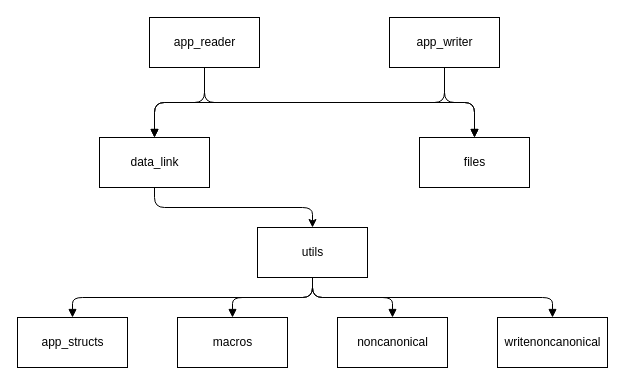
Before: tp04/docs/Strcuture.drawio in goncaloacteixeira/feup-rcom, a draw.io diagram. Source tidied: cells renumbered, new cells numbered last; positions are measured from the earlier drawing's top-left corner, leaving out a move shared by most shapes. Both pictures are drawn from the tidied source at 100%, with x=0, y=0 at pixel (17, 17).
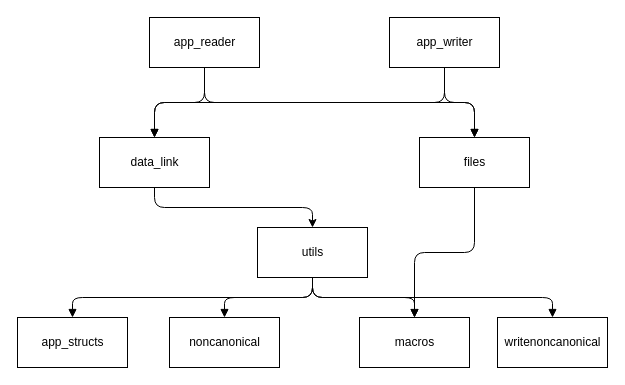
After the change.

The change refers to these unchanged cells:
```xml
<mxCell id="15" value="files" style="html=1;" parent="1" vertex="1">
  <mxGeometry x="402" y="120" width="110" height="50" as="geometry" />
</mxCell>
```

Diff of the diagram source:
```diff
@@
     <mxCell id="8" value="macros" style="html=1;" parent="1" vertex="1">
-      <mxGeometry x="160" y="300" width="110" height="50" as="geometry" />
+      <mxGeometry x="342" y="300" width="110" height="50" as="geometry" />
     </mxCell>
     <mxCell id="9" value="noncanonical" style="html=1;" parent="1" vertex="1">
-      <mxGeometry x="320" y="300" width="110" height="50" as="geometry" />
+      <mxGeometry x="152" y="300" width="110" height="50" as="geometry" />
     </mxCell>
@@
+    <mxCell id="20" style="endArrow=none;html=1;entryX=0.5;entryY=1;entryDx=0;entryDy=0;exitX=0.5;exitY=0;exitDx=0;exitDy=0;edgeStyle=orthogonalEdgeStyle;startArrow=classic;startFill=1;endFill=0;" parent="1" edge="1" source="8" target="15">
+      <mxGeometry relative="1" as="geometry" />
+    </mxCell>
```
